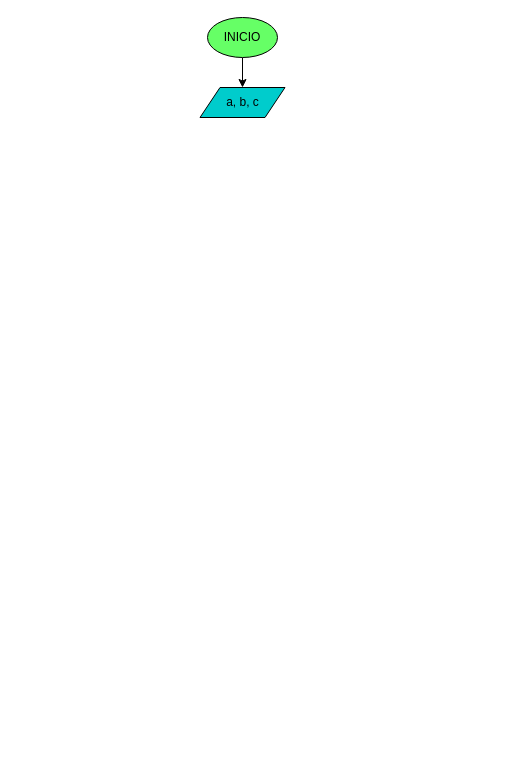
This is diagrama.drawio from sistemas-colegio-guanenta/quiz-condicionales-Animador-BJ, a draw.io file, before an edit. Source tidied: cells renumbered, new cells numbered last; positions are measured from the earlier drawing's top-left corner, leaving out a move shared by most shapes. Both pictures are drawn from the tidied source at 100%, with x=0, y=0 at pixel (199, 17).
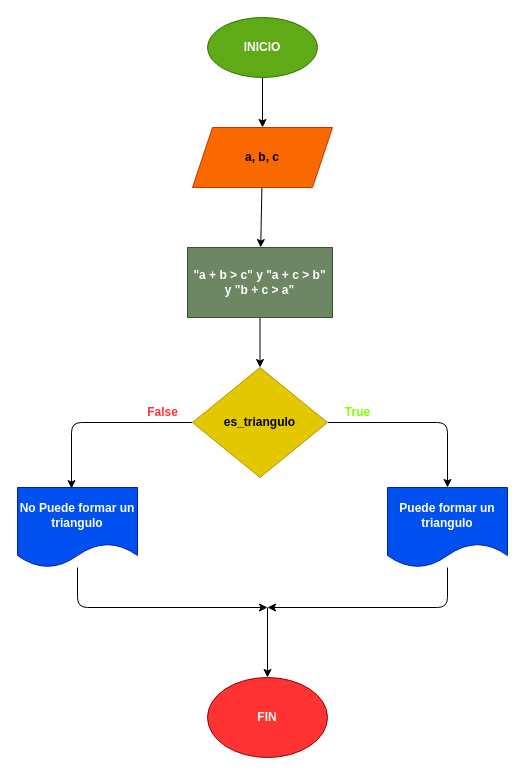
The same diagram, later.

What changed in the source:
```diff
@@
-    <mxCell id="3" value="INICIO" style="ellipse;whiteSpace=wrap;html=1;fillColor=#66FF66;" parent="1" vertex="1">
-      <mxGeometry x="8" width="70" height="40" as="geometry" />
+    <mxCell id="3" value="&lt;b&gt;INICIO&lt;/b&gt;" style="ellipse;whiteSpace=wrap;html=1;fillColor=#60a917;fontColor=#ffffff;strokeColor=#2D7600;" parent="1" vertex="1">
+      <mxGeometry x="8" width="110" height="60" as="geometry" />
     </mxCell>
+    <mxCell id="5" style="edgeStyle=none;html=1;" parent="1" edge="1" source="4" target="10">
+      <mxGeometry relative="1" as="geometry" />
+    </mxCell>
-    <mxCell id="4" value="a, b, c" style="shape=parallelogram;perimeter=parallelogramPerimeter;whiteSpace=wrap;html=1;fixedSize=1;fillColor=#00CCCC;" parent="1" vertex="1">
-      <mxGeometry x="0.5" y="70" width="85" height="30" as="geometry" />
+    <mxCell id="4" value="&lt;b&gt;a, b, c&lt;/b&gt;" style="shape=parallelogram;perimeter=parallelogramPerimeter;whiteSpace=wrap;html=1;fixedSize=1;fillColor=#fa6800;fontColor=#000000;strokeColor=#C73500;" parent="1" vertex="1">
+      <mxGeometry x="-7" y="110" width="140" height="60" as="geometry" />
     </mxCell>
+    <mxCell id="6" style="edgeStyle=none;html=1;entryX=0.5;entryY=0;entryDx=0;entryDy=0;" parent="1" edge="1" source="8" target="12">
+      <mxGeometry relative="1" as="geometry">
+        <Array as="points">
+          <mxPoint x="248" y="405" />
+        </Array>
+      </mxGeometry>
+    </mxCell>
+    <mxCell id="7" style="edgeStyle=none;html=1;entryX=0.45;entryY=0.013;entryDx=0;entryDy=0;entryPerimeter=0;" parent="1" edge="1" source="8" target="14">
+      <mxGeometry relative="1" as="geometry">
+        <Array as="points">
+          <mxPoint x="-128" y="405" />
+        </Array>
+      </mxGeometry>
+    </mxCell>
+    <mxCell id="8" value="&lt;b&gt;es_triangulo&lt;br&gt;&lt;/b&gt;" style="rhombus;whiteSpace=wrap;html=1;fillColor=#e3c800;strokeColor=#B09500;fontColor=#000000;" parent="1" vertex="1">
+      <mxGeometry x="-7" y="350" width="135" height="110" as="geometry" />
+    </mxCell>
+    <mxCell id="9" style="edgeStyle=none;html=1;" parent="1" edge="1" source="10" target="8">
+      <mxGeometry relative="1" as="geometry" />
+    </mxCell>
+    <mxCell id="10" value="&lt;b&gt;&quot;a + b &amp;gt; c&quot; y &quot;a + c &amp;gt; b&quot;&lt;br&gt;y &quot;b + c &amp;gt; a&quot;&lt;br&gt;&lt;/b&gt;" style="rounded=0;whiteSpace=wrap;html=1;fillColor=#6d8764;fontColor=#ffffff;strokeColor=#3A5431;" parent="1" vertex="1">
+      <mxGeometry x="-12" y="230" width="145" height="70" as="geometry" />
+    </mxCell>
+    <mxCell id="11" style="edgeStyle=none;html=1;fontColor=#FF3333;" parent="1" edge="1" source="12">
+      <mxGeometry relative="1" as="geometry">
+        <mxPoint x="68" y="590" as="targetPoint" />
+        <Array as="points">
+          <mxPoint x="248" y="590" />
+        </Array>
+      </mxGeometry>
+    </mxCell>
+    <mxCell id="12" value="&lt;b&gt;Puede formar un triangulo&lt;br&gt;&lt;/b&gt;" style="shape=document;whiteSpace=wrap;html=1;boundedLbl=1;fillColor=#0050ef;strokeColor=#001DBC;fontColor=#ffffff;" parent="1" vertex="1">
+      <mxGeometry x="188" y="470" width="120" height="80" as="geometry" />
+    </mxCell>
+    <mxCell id="13" style="edgeStyle=none;html=1;fontColor=#FF3333;" parent="1" edge="1" source="14">
+      <mxGeometry relative="1" as="geometry">
+        <mxPoint x="68" y="590" as="targetPoint" />
+        <Array as="points">
+          <mxPoint x="-122" y="590" />
+        </Array>
+      </mxGeometry>
+    </mxCell>
+    <mxCell id="14" value="&lt;b&gt;No Puede formar un triangulo&lt;/b&gt;" style="shape=document;whiteSpace=wrap;html=1;boundedLbl=1;fillColor=#0050ef;strokeColor=#001DBC;fontColor=#ffffff;" parent="1" vertex="1">
+      <mxGeometry x="-182" y="470" width="120" height="80" as="geometry" />
+    </mxCell>
+    <mxCell id="15" value="&lt;font color=&quot;#80ff00&quot;&gt;&lt;b&gt;True&lt;/b&gt;&lt;/font&gt;" style="text;html=1;align=center;verticalAlign=middle;strokeColor=none;fillColor=none;" parent="1" vertex="1">
+      <mxGeometry x="133" y="380" width="50" height="30" as="geometry" />
+    </mxCell>
+    <mxCell id="16" value="&lt;font color=&quot;#ff3333&quot;&gt;&lt;b&gt;False&lt;/b&gt;&lt;/font&gt;" style="text;html=1;align=center;verticalAlign=middle;strokeColor=none;fillColor=none;fontColor=#80FF00;" parent="1" vertex="1">
+      <mxGeometry x="-62" y="380" width="50" height="30" as="geometry" />
+    </mxCell>
+    <mxCell id="17" style="edgeStyle=none;jettySize=auto;html=1;fontColor=#FF3333;" parent="1" edge="1" target="18">
+      <mxGeometry relative="1" as="geometry">
+        <mxPoint x="68" y="590" as="sourcePoint" />
+      </mxGeometry>
+    </mxCell>
+    <mxCell id="18" value="&lt;b&gt;FIN&lt;/b&gt;" style="ellipse;whiteSpace=wrap;html=1;labelBackgroundColor=none;strokeColor=#990000;fontColor=#FFF5F2;fillColor=#FF3333;" parent="1" vertex="1">
+      <mxGeometry x="8" y="660" width="120" height="80" as="geometry" />
+    </mxCell>
```
